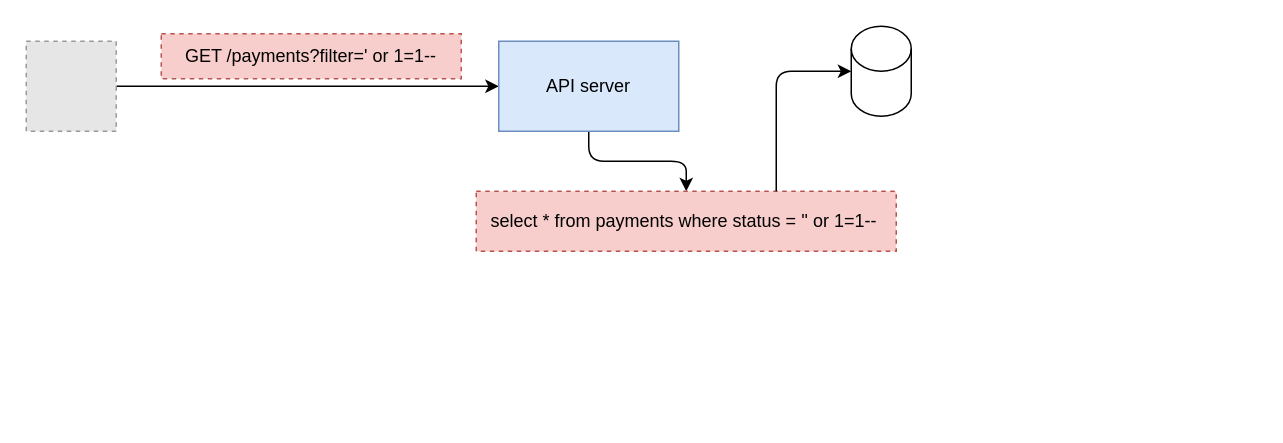
This is page "9.19" (19 of 20) of ch09.drawio from abunuwas/api-sec-book-imgs, a draw.io file, before an edit. Source tidied: cells renumbered, new cells numbered last; positions are measured from the earlier drawing's top-left corner, leaving out a move shared by most shapes. Both pictures are drawn from the tidied source at 150%, with x=0, y=0 at pixel (26, 26). Pictures stored in the file or linked from it are replaced by grey dashed boxes.
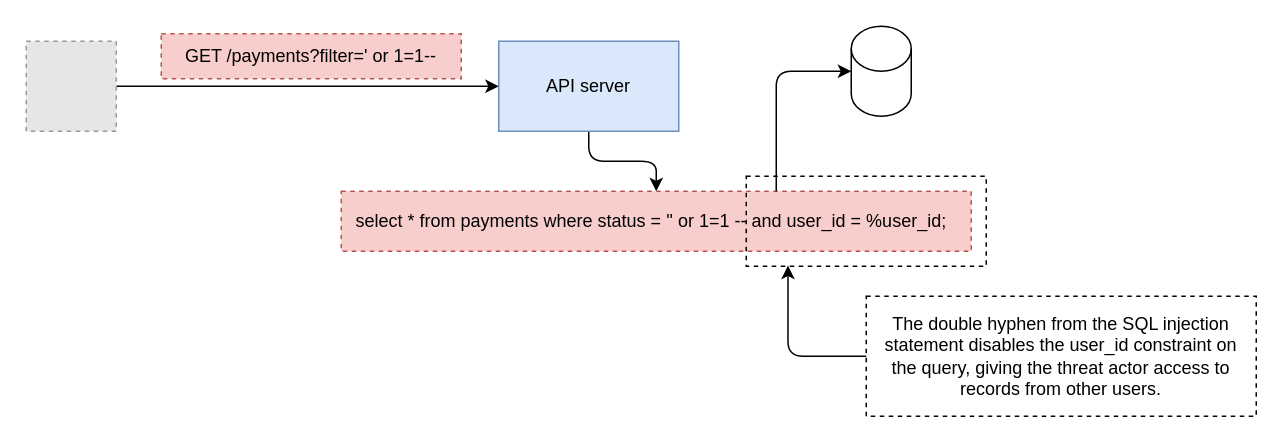
Above is the later version.

Diff of the diagram source:
```diff
@@
 <mxGraphModel>
   <root>
     <mxCell id="0" />
     <mxCell id="1" parent="0" />
     <mxCell id="2" style="edgeStyle=orthogonalEdgeStyle;rounded=0;jettySize=auto;html=1;" parent="1" edge="1" source="3" target="6">
       <mxGeometry relative="1" as="geometry" />
     </mxCell>
     <mxCell id="3" style="fillColor=#E6E6E6;strokeColor=#999999;dashed=1;html=1;verticalAlign=top;verticalLabelPosition=bottom;labelBackgroundColor=#ffffff;" parent="1" vertex="1">
       <mxGeometry y="10" width="60" height="60" as="geometry" />
     </mxCell>
     <mxCell id="4" value="GET /payments?filter=' or 1=1--" style="text;html=1;align=center;verticalAlign=middle;whiteSpace=wrap;rounded=0;strokeColor=#b85450;dashed=1;fillColor=#f8cecc;" parent="1" vertex="1">
       <mxGeometry x="90" y="5" width="200" height="30" as="geometry" />
     </mxCell>
     <mxCell id="5" style="edgeStyle=orthogonalEdgeStyle;rounded=1;jettySize=auto;html=1;entryX=0.5;entryY=0;entryDx=0;entryDy=0;curved=0;" parent="1" edge="1" source="6" target="7">
       <mxGeometry relative="1" as="geometry" />
     </mxCell>
     <mxCell id="6" value="API server" style="rounded=0;whiteSpace=wrap;html=1;fillColor=#dae8fc;strokeColor=#6c8ebf;" parent="1" vertex="1">
       <mxGeometry x="315" y="10" width="120" height="60" as="geometry" />
     </mxCell>
-    <mxCell id="7" value="select * from payments where status = '' or 1=1--" style="text;html=1;align=left;verticalAlign=middle;whiteSpace=wrap;rounded=0;strokeColor=#b85450;dashed=1;spacing=10;fillColor=#f8cecc;" parent="1" vertex="1">
-      <mxGeometry x="300" y="110" width="280" height="40" as="geometry" />
+    <mxCell id="7" value="select * from payments where status = '' or 1=1 -- and user_id = %user_id;" style="text;html=1;align=left;verticalAlign=middle;whiteSpace=wrap;rounded=0;strokeColor=#b85450;dashed=1;spacing=10;fillColor=#f8cecc;" parent="1" vertex="1">
+      <mxGeometry x="210" y="110" width="420" height="40" as="geometry" />
     </mxCell>
     <mxCell id="8" style="shape=cylinder3;whiteSpace=wrap;html=1;boundedLbl=1;backgroundOutline=1;size=15;" parent="1" vertex="1">
       <mxGeometry x="550" width="40" height="60" as="geometry" />
     </mxCell>
     <mxCell id="9" style="edgeStyle=orthogonalEdgeStyle;rounded=1;jettySize=auto;html=1;entryX=0;entryY=0.5;entryDx=0;entryDy=0;entryPerimeter=0;curved=0;" parent="1" edge="1" source="7" target="8">
       <mxGeometry relative="1" as="geometry">
         <Array as="points">
           <mxPoint x="500" y="30" />
         </Array>
       </mxGeometry>
     </mxCell>
+    <mxCell id="10" style="text;html=1;align=center;verticalAlign=middle;whiteSpace=wrap;rounded=0;strokeColor=default;dashed=1;" parent="1" vertex="1">
+      <mxGeometry x="480" y="100" width="160" height="60" as="geometry" />
+    </mxCell>
+    <mxCell id="11" value="The double hyphen from the SQL injection statement disables the user_id constraint on the query, giving the threat actor access to records from other users." style="text;html=1;align=center;verticalAlign=middle;whiteSpace=wrap;rounded=0;spacing=10;strokeColor=default;dashed=1;" parent="1" vertex="1">
+      <mxGeometry x="560" y="180" width="260" height="80" as="geometry" />
+    </mxCell>
+    <mxCell id="12" style="edgeStyle=orthogonalEdgeStyle;rounded=1;jettySize=auto;html=1;entryX=0.174;entryY=0.993;entryDx=0;entryDy=0;entryPerimeter=0;exitX=0;exitY=0.5;exitDx=0;exitDy=0;curved=0;" parent="1" edge="1" source="11" target="10">
+      <mxGeometry relative="1" as="geometry" />
+    </mxCell>
   </root>
 </mxGraphModel>
```
